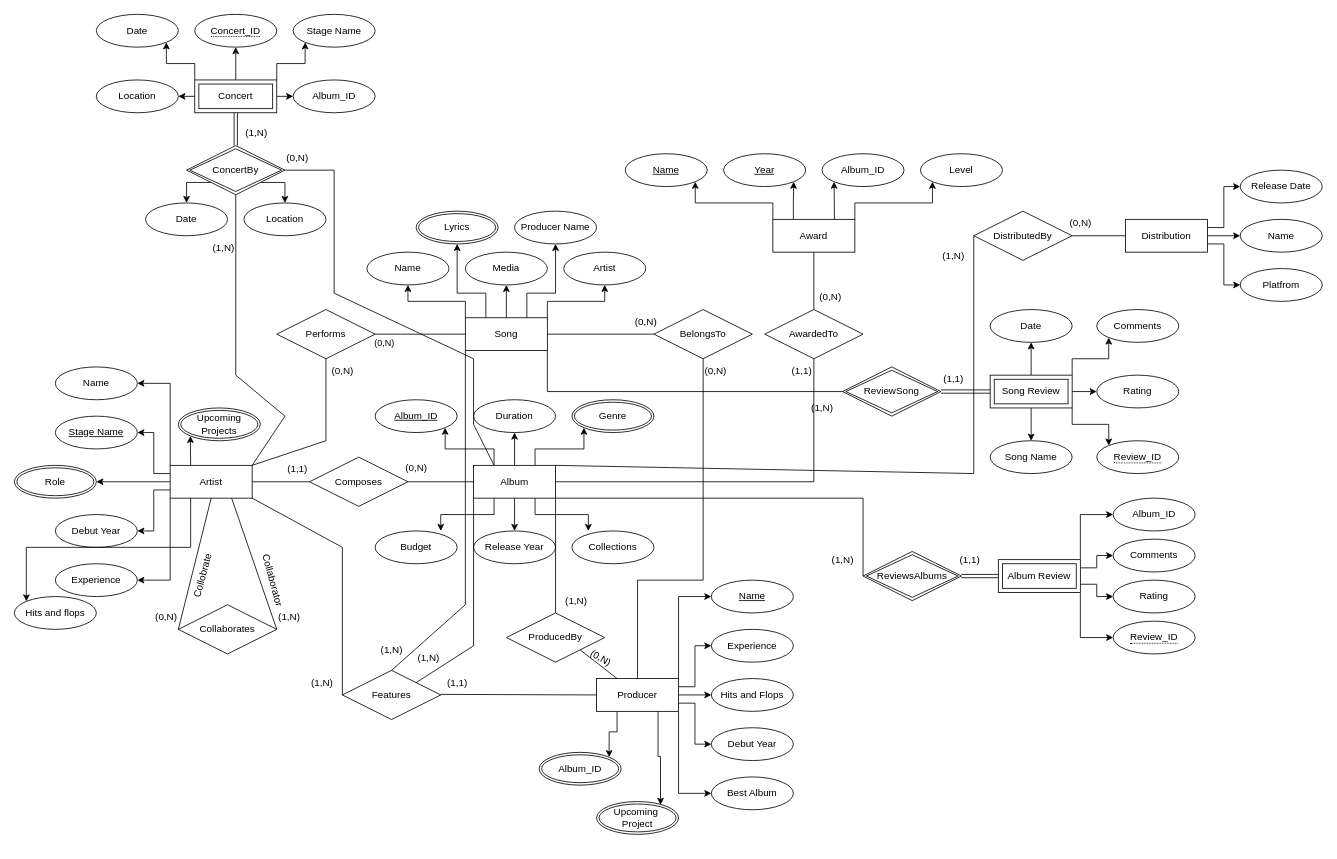
AnshAcharya/REPO_WITH_CLI keeps this draw.io diagram as ProPha2.drawio. Above is the earlier version. Source tidied: cells renumbered, new cells numbered last; positions are measured from the earlier drawing's top-left corner, leaving out a move shared by most shapes. Both pictures are drawn from the tidied source at 82%, with x=0, y=0 at pixel (14, 14).
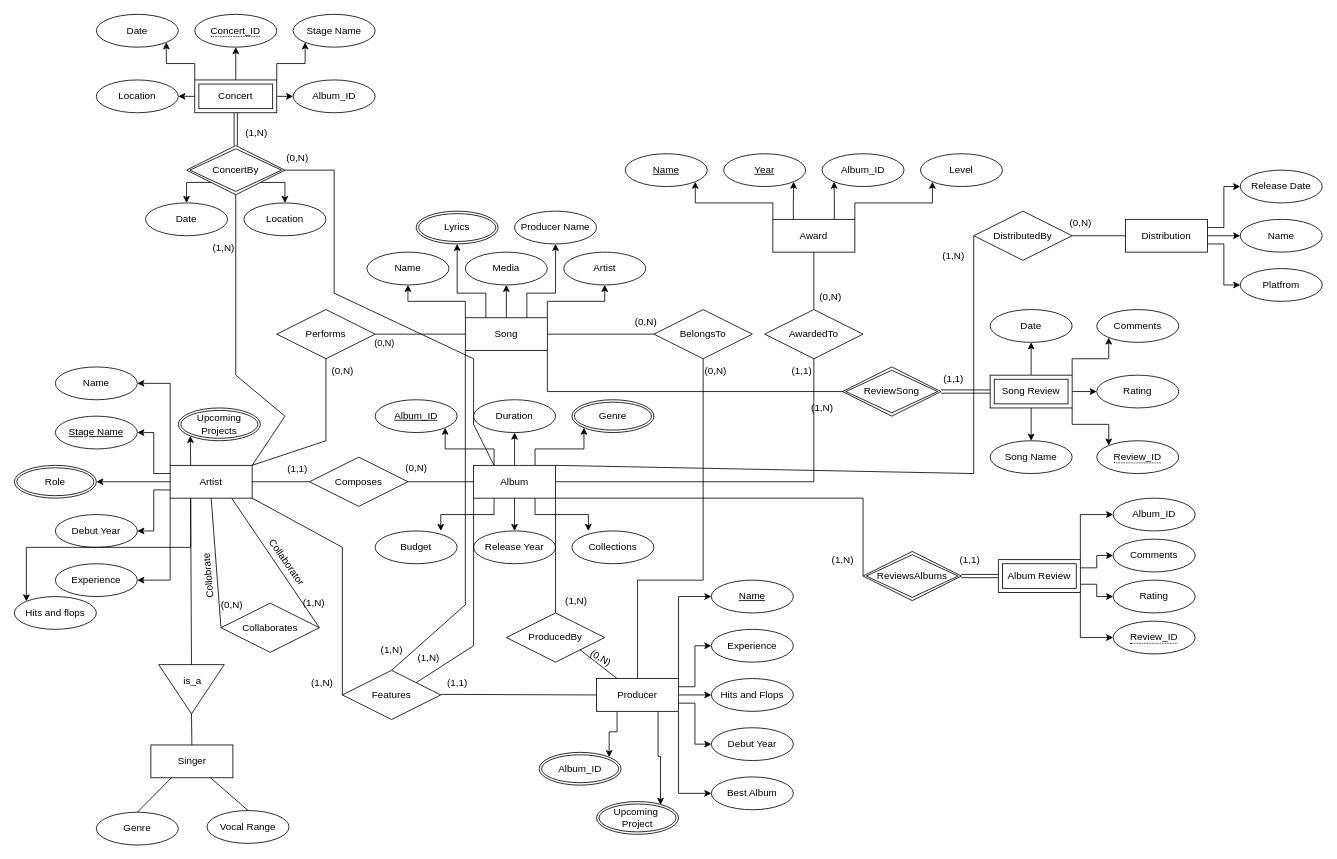
After the change.

Commit message:
Sub class Added

The change refers to these unchanged cells:
```xml
<mxCell id="9" value="Artist" style="whiteSpace=wrap;html=1;align=center;" parent="2" vertex="1">
  <mxGeometry x="190" y="120" width="100" height="40" as="geometry" />
</mxCell>
```

The edit, as a diff of the source:
```diff
@@
     <mxCell id="2" style="group;" parent="1" vertex="1">
-      <mxGeometry y="430" width="370" height="320" as="geometry" />
+      <mxGeometry y="430" width="372" height="348" as="geometry" />
     </mxCell>
@@
-    <mxCell id="16" value="Collaborator" style="text;html=1;align=center;verticalAlign=middle;strokeColor=none;fillColor=none;rotation=75;" parent="2" vertex="1">
-      <mxGeometry x="270" y="245" width="90" height="30" as="geometry" />
+    <mxCell id="16" value="Collaborator" style="text;html=1;align=center;verticalAlign=middle;strokeColor=none;fillColor=none;rotation=55;" parent="2" vertex="1">
+      <mxGeometry x="287" y="223" width="90" height="30" as="geometry" />
     </mxCell>
-    <mxCell id="17" value="Collobrate" style="text;html=1;align=center;verticalAlign=middle;strokeColor=none;fillColor=none;rotation=-75;" parent="2" vertex="1">
-      <mxGeometry x="190" y="240" width="80" height="30" as="geometry" />
+    <mxCell id="17" value="Collobrate" style="text;html=1;align=center;verticalAlign=middle;strokeColor=none;fillColor=none;rotation=-95;" parent="2" vertex="1">
+      <mxGeometry x="197" y="240" width="80" height="30" as="geometry" />
     </mxCell>
@@
     <mxCell id="19" value="(1,N)" style="text;html=1;align=center;verticalAlign=middle;strokeColor=none;fillColor=none;" parent="2" vertex="1">
-      <mxGeometry x="310" y="290" width="50" height="30" as="geometry" />
+      <mxGeometry x="340" y="273" width="50" height="30" as="geometry" />
     </mxCell>
     <mxCell id="20" value="(0,N)" style="text;html=1;align=center;verticalAlign=middle;strokeColor=none;fillColor=none;" parent="2" vertex="1">
-      <mxGeometry x="160" y="290" width="50" height="30" as="geometry" />
+      <mxGeometry x="240" y="275" width="50" height="30" as="geometry" />
     </mxCell>
+    <mxCell id="134" value="Collaborates" style="shape=rhombus;perimeter=rhombusPerimeter;whiteSpace=wrap;html=1;align=center;" parent="2" vertex="1">
+      <mxGeometry x="252" y="288" width="120" height="60" as="geometry" />
+    </mxCell>
+    <mxCell id="136" style="endArrow=none;html=1;rounded=0;exitX=0.75;exitY=1;exitDx=0;exitDy=0;entryX=1;entryY=0.5;entryDx=0;entryDy=0;" parent="2" edge="1" source="9" target="134">
+      <mxGeometry relative="1" as="geometry" />
+    </mxCell>
+    <mxCell id="139" style="endArrow=none;html=1;rounded=0;exitX=0.5;exitY=1;exitDx=0;exitDy=0;entryX=0;entryY=0.5;entryDx=0;entryDy=0;" parent="2" edge="1" source="9" target="134">
+      <mxGeometry relative="1" as="geometry" />
+    </mxCell>
@@
-    <mxCell id="134" value="Collaborates" style="shape=rhombus;perimeter=rhombusPerimeter;whiteSpace=wrap;html=1;align=center;" parent="1" vertex="1">
-      <mxGeometry x="200" y="720" width="120" height="60" as="geometry" />
-    </mxCell>
@@
-    <mxCell id="136" style="endArrow=none;html=1;rounded=0;exitX=0.75;exitY=1;exitDx=0;exitDy=0;entryX=1;entryY=0.5;entryDx=0;entryDy=0;" parent="1" edge="1" source="9" target="134">
-      <mxGeometry relative="1" as="geometry" />
-    </mxCell>
@@
-    <mxCell id="139" style="endArrow=none;html=1;rounded=0;exitX=0.5;exitY=1;exitDx=0;exitDy=0;entryX=0;entryY=0.5;entryDx=0;entryDy=0;" parent="1" edge="1" source="9" target="134">
-      <mxGeometry relative="1" as="geometry" />
-    </mxCell>
@@
+    <mxCell id="180" style="triangle;whiteSpace=wrap;html=1;rotation=90;" parent="1" vertex="1">
+      <mxGeometry x="186" y="783" width="60" height="80" as="geometry" />
+    </mxCell>
+    <mxCell id="181" style="endArrow=none;html=1;rounded=0;exitX=0;exitY=0.5;exitDx=0;exitDy=0;entryX=0.25;entryY=1;entryDx=0;entryDy=0;" parent="1" edge="1" source="180" target="9">
+      <mxGeometry relative="1" as="geometry" />
+    </mxCell>
+    <mxCell id="182" value="is_a" style="text;html=1;align=center;verticalAlign=middle;strokeColor=none;fillColor=none;" parent="1" vertex="1">
+      <mxGeometry x="196.5" y="800" width="40" height="26" as="geometry" />
+    </mxCell>
+    <mxCell id="183" value="Singer" style="whiteSpace=wrap;html=1;align=center;" parent="1" vertex="1">
+      <mxGeometry x="166.5" y="891" width="100" height="40" as="geometry" />
+    </mxCell>
+    <mxCell id="184" style="endArrow=none;html=1;rounded=0;exitX=1;exitY=0.5;exitDx=0;exitDy=0;entryX=0.5;entryY=0;entryDx=0;entryDy=0;" parent="1" edge="1" source="180" target="183">
+      <mxGeometry relative="1" as="geometry" />
+    </mxCell>
+    <mxCell id="185" value="Genre" style="ellipse;whiteSpace=wrap;html=1;align=center;" parent="1" vertex="1">
+      <mxGeometry x="100" y="973" width="100" height="40" as="geometry" />
+    </mxCell>
+    <mxCell id="186" value="Vocal Range" style="ellipse;whiteSpace=wrap;html=1;align=center;" parent="1" vertex="1">
+      <mxGeometry x="235" y="971" width="100" height="40" as="geometry" />
+    </mxCell>
+    <mxCell id="187" style="endArrow=none;html=1;rounded=0;exitX=0.5;exitY=0;exitDx=0;exitDy=0;" parent="1" edge="1" source="186" target="183">
+      <mxGeometry relative="1" as="geometry" />
+    </mxCell>
+    <mxCell id="188" style="endArrow=none;html=1;rounded=0;entryX=0.25;entryY=1;entryDx=0;entryDy=0;exitX=0.5;exitY=0;exitDx=0;exitDy=0;" parent="1" edge="1" source="185" target="183">
+      <mxGeometry relative="1" as="geometry" />
+    </mxCell>
```
